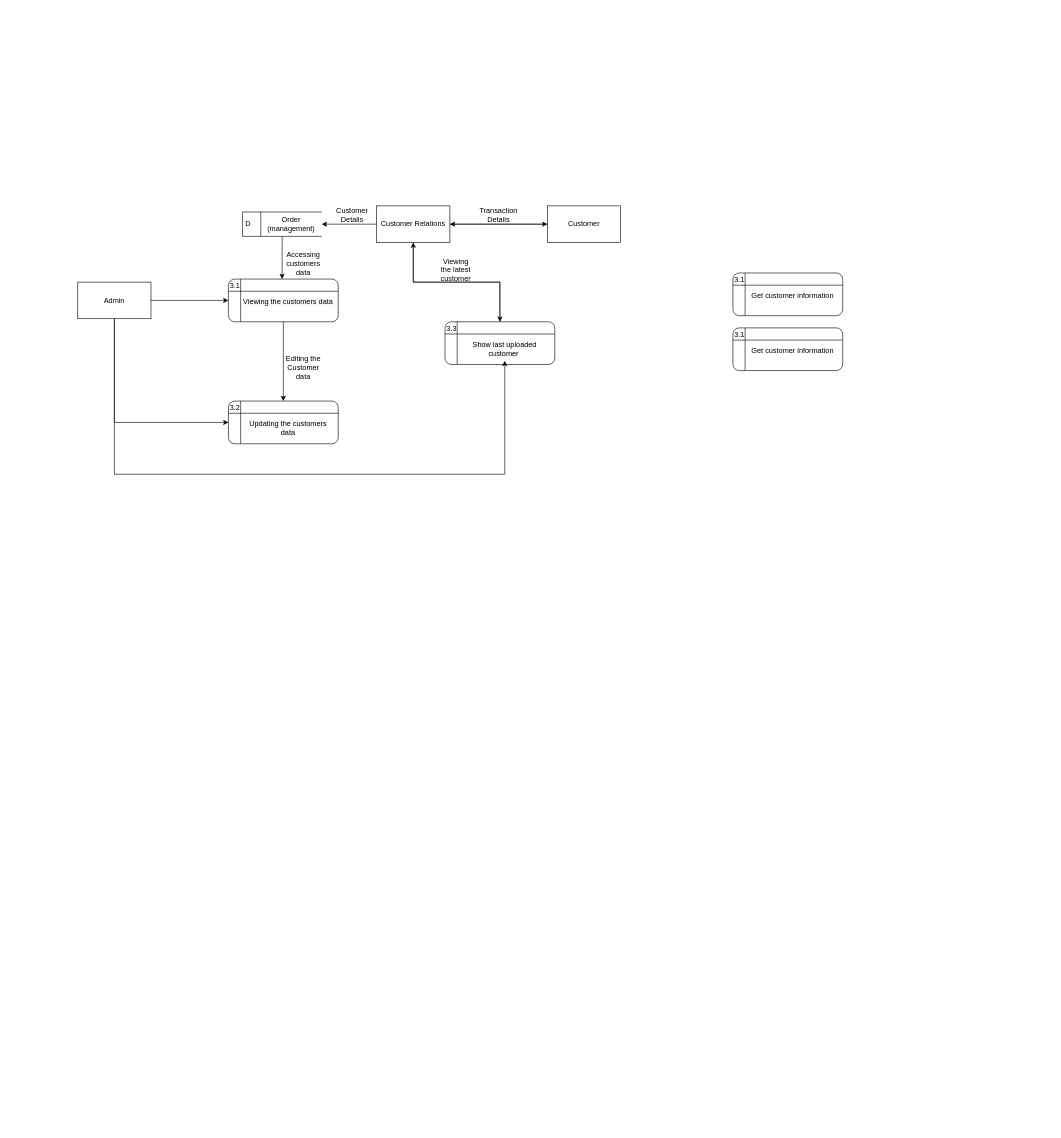
Before: page "Revision Level 2 DFD (Customer Bank)" (5 of 6) of DFD DIAGRAMS.drawio in BryanFabellore/Team_SPOTLIGHT, a draw.io diagram. Source tidied: cells renumbered, new cells numbered last; positions are measured from the earlier drawing's top-left corner, leaving out a move shared by most shapes. Both pictures are drawn from the tidied source at 61%, with x=0, y=0 at pixel (77, 206).
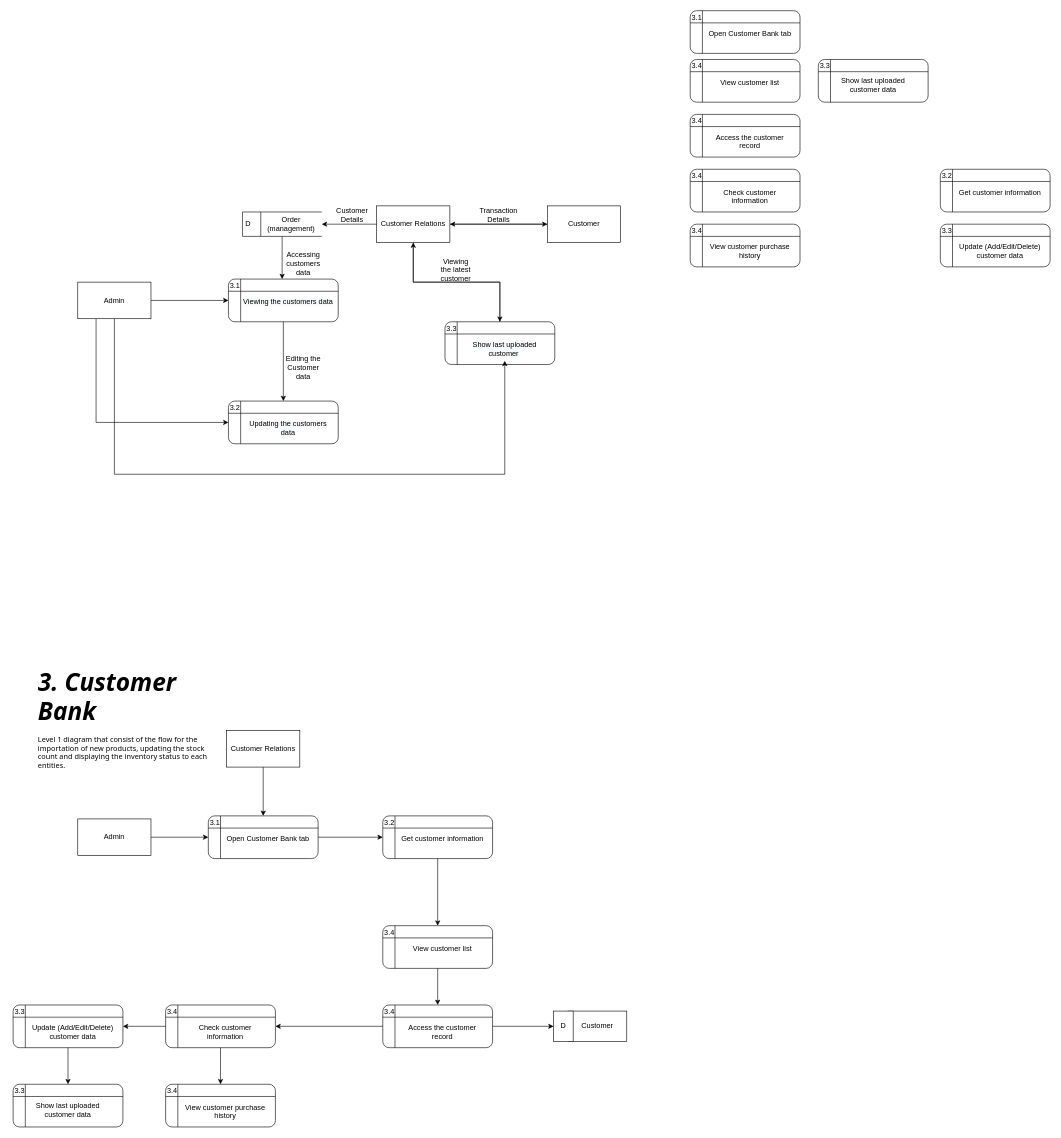
The same page after the edit.

The change refers to these unchanged cells:
```xml
<mxCell id="19" style="shape=internalStorage;whiteSpace=wrap;html=1;backgroundOutline=1;rounded=1;strokeColor=default;fontFamily=Helvetica;fontSize=12;fontColor=default;fillColor=#FFFFFF;" parent="18" vertex="1">
  <mxGeometry x="4" width="180" height="70" as="geometry" />
</mxCell>
<mxCell id="34" value="Admin" style="rounded=0;whiteSpace=wrap;html=1;strokeColor=default;fontFamily=Helvetica;fontSize=12;fontColor=default;fillColor=#FFFFFF;" parent="1" vertex="1">
  <mxGeometry y="125" width="120" height="60" as="geometry" />
</mxCell>
```

What changed in the source:
```diff
@@
     <mxCell id="33" style="edgeStyle=orthogonalEdgeStyle;rounded=0;jettySize=auto;html=1;entryX=0;entryY=0.5;entryDx=0;entryDy=0;" parent="1" edge="1" source="34" target="19">
       <mxGeometry relative="1" as="geometry">
         <Array as="points">
-          <mxPoint x="60" y="355" />
+          <mxPoint x="30" y="355" />
         </Array>
       </mxGeometry>
     </mxCell>
@@
     <mxCell id="35" style="group;" parent="1" vertex="1">
-      <mxGeometry x="1070" y="110" width="184" height="70" as="geometry" />
+      <mxGeometry x="1000" y="-320" width="184" height="70" as="geometry" />
     </mxCell>
@@
-    <mxCell id="38" value="Get customer information" style="text;whiteSpace=wrap;html=1;align=center;" parent="35" vertex="1">
+    <mxCell id="38" value="Open Customer Bank tab" style="text;whiteSpace=wrap;html=1;align=center;" parent="35" vertex="1">
       <mxGeometry x="27" y="24" width="150" height="40" as="geometry" />
     </mxCell>
     <mxCell id="39" style="group;" parent="1" vertex="1">
-      <mxGeometry x="1070" y="200" width="184" height="70" as="geometry" />
+      <mxGeometry x="1410" y="-60" width="184" height="70" as="geometry" />
     </mxCell>
@@
-    <mxCell id="41" value="3.1" style="text;html=1;strokeColor=none;fillColor=none;align=center;verticalAlign=middle;whiteSpace=wrap;rounded=0;" parent="39" vertex="1">
+    <mxCell id="41" value="3.2" style="text;html=1;strokeColor=none;fillColor=none;align=center;verticalAlign=middle;whiteSpace=wrap;rounded=0;" parent="39" vertex="1">
       <mxGeometry y="1" width="30" height="20" as="geometry" />
     </mxCell>
@@
+    <mxCell id="43" value="&lt;h1&gt;&lt;font face=&quot;Tahoma&quot;&gt;&lt;span style=&quot;font-size: 40px;&quot;&gt;&lt;i&gt;3. Customer Bank&lt;/i&gt;&lt;/span&gt;&lt;/font&gt;&lt;/h1&gt;&lt;p&gt;&lt;font face=&quot;Tahoma&quot;&gt;Level 1 diagram that consist of&amp;nbsp;the flow for the importation of new products, updating the stock count and displaying the inventory status to each entities.&lt;/font&gt;&lt;/p&gt;" style="text;html=1;strokeColor=none;fillColor=none;spacing=5;spacingTop=-20;whiteSpace=wrap;overflow=hidden;rounded=0;" parent="1" vertex="1">
+      <mxGeometry x="-70" y="750" width="290" height="197.5" as="geometry" />
+    </mxCell>
+    <mxCell id="44" style="group;" parent="1" vertex="1">
+      <mxGeometry x="1410" y="30" width="184" height="70" as="geometry" />
+    </mxCell>
+    <mxCell id="45" style="shape=internalStorage;whiteSpace=wrap;html=1;backgroundOutline=1;rounded=1;strokeColor=default;fontFamily=Helvetica;fontSize=12;fontColor=default;fillColor=#FFFFFF;" parent="44" vertex="1">
+      <mxGeometry x="4" width="180" height="70" as="geometry" />
+    </mxCell>
+    <mxCell id="46" value="3.3" style="text;html=1;strokeColor=none;fillColor=none;align=center;verticalAlign=middle;whiteSpace=wrap;rounded=0;" parent="44" vertex="1">
+      <mxGeometry y="1" width="30" height="20" as="geometry" />
+    </mxCell>
+    <mxCell id="47" value="Update (Add/Edit/Delete) customer data" style="text;whiteSpace=wrap;html=1;align=center;" parent="44" vertex="1">
+      <mxGeometry x="27" y="24" width="150" height="40" as="geometry" />
+    </mxCell>
+    <mxCell id="48" style="group;" parent="1" vertex="1">
+      <mxGeometry x="1000" y="-240" width="184" height="70" as="geometry" />
+    </mxCell>
+    <mxCell id="49" style="shape=internalStorage;whiteSpace=wrap;html=1;backgroundOutline=1;rounded=1;strokeColor=default;fontFamily=Helvetica;fontSize=12;fontColor=default;fillColor=#FFFFFF;" parent="48" vertex="1">
+      <mxGeometry x="4" width="180" height="70" as="geometry" />
+    </mxCell>
+    <mxCell id="50" value="3.4" style="text;html=1;strokeColor=none;fillColor=none;align=center;verticalAlign=middle;whiteSpace=wrap;rounded=0;" parent="48" vertex="1">
+      <mxGeometry y="1" width="30" height="20" as="geometry" />
+    </mxCell>
+    <mxCell id="51" value="View customer list" style="text;whiteSpace=wrap;html=1;align=center;" parent="48" vertex="1">
+      <mxGeometry x="27" y="24" width="150" height="40" as="geometry" />
+    </mxCell>
+    <mxCell id="52" style="group;" parent="1" vertex="1">
+      <mxGeometry x="1000" y="-60" width="184" height="70" as="geometry" />
+    </mxCell>
+    <mxCell id="53" style="shape=internalStorage;whiteSpace=wrap;html=1;backgroundOutline=1;rounded=1;strokeColor=default;fontFamily=Helvetica;fontSize=12;fontColor=default;fillColor=#FFFFFF;" parent="52" vertex="1">
+      <mxGeometry x="4" width="180" height="70" as="geometry" />
+    </mxCell>
+    <mxCell id="54" value="3.4" style="text;html=1;strokeColor=none;fillColor=none;align=center;verticalAlign=middle;whiteSpace=wrap;rounded=0;" parent="52" vertex="1">
+      <mxGeometry y="1" width="30" height="20" as="geometry" />
+    </mxCell>
+    <mxCell id="55" value="Check customer information" style="text;whiteSpace=wrap;html=1;align=center;" parent="52" vertex="1">
+      <mxGeometry x="27" y="24" width="150" height="40" as="geometry" />
+    </mxCell>
+    <mxCell id="56" style="group;" parent="1" vertex="1">
+      <mxGeometry x="1000" y="30" width="184" height="70" as="geometry" />
+    </mxCell>
+    <mxCell id="57" style="shape=internalStorage;whiteSpace=wrap;html=1;backgroundOutline=1;rounded=1;strokeColor=default;fontFamily=Helvetica;fontSize=12;fontColor=default;fillColor=#FFFFFF;" parent="56" vertex="1">
+      <mxGeometry x="4" width="180" height="70" as="geometry" />
+    </mxCell>
+    <mxCell id="58" value="3.4" style="text;html=1;strokeColor=none;fillColor=none;align=center;verticalAlign=middle;whiteSpace=wrap;rounded=0;" parent="56" vertex="1">
+      <mxGeometry y="1" width="30" height="20" as="geometry" />
+    </mxCell>
+    <mxCell id="59" value="View customer purchase history" style="text;whiteSpace=wrap;html=1;align=center;" parent="56" vertex="1">
+      <mxGeometry x="27" y="24" width="150" height="40" as="geometry" />
+    </mxCell>
+    <mxCell id="60" style="group;" parent="1" vertex="1">
+      <mxGeometry x="1210" y="-240" width="184" height="70" as="geometry" />
+    </mxCell>
+    <mxCell id="61" value="&lt;br&gt;Show last uploaded&lt;br&gt;customer data" style="shape=internalStorage;whiteSpace=wrap;html=1;backgroundOutline=1;rounded=1;strokeColor=default;fontFamily=Helvetica;fontSize=12;fontColor=default;fillColor=#FFFFFF;" parent="60" vertex="1">
+      <mxGeometry x="4" width="180" height="70" as="geometry" />
+    </mxCell>
+    <mxCell id="62" value="3.3" style="text;html=1;strokeColor=none;fillColor=none;align=center;verticalAlign=middle;whiteSpace=wrap;rounded=0;" parent="60" vertex="1">
+      <mxGeometry y="1" width="30" height="20" as="geometry" />
+    </mxCell>
+    <mxCell id="63" style="group;" parent="1" vertex="1">
+      <mxGeometry x="1000" y="-150" width="184" height="70" as="geometry" />
+    </mxCell>
+    <mxCell id="64" style="shape=internalStorage;whiteSpace=wrap;html=1;backgroundOutline=1;rounded=1;strokeColor=default;fontFamily=Helvetica;fontSize=12;fontColor=default;fillColor=#FFFFFF;" parent="63" vertex="1">
+      <mxGeometry x="4" width="180" height="70" as="geometry" />
+    </mxCell>
+    <mxCell id="65" value="3.4" style="text;html=1;strokeColor=none;fillColor=none;align=center;verticalAlign=middle;whiteSpace=wrap;rounded=0;" parent="63" vertex="1">
+      <mxGeometry y="1" width="30" height="20" as="geometry" />
+    </mxCell>
+    <mxCell id="66" value="Access the customer record" style="text;whiteSpace=wrap;html=1;align=center;" parent="63" vertex="1">
+      <mxGeometry x="27" y="24" width="150" height="40" as="geometry" />
+    </mxCell>
+    <mxCell id="67" style="group;" parent="1" vertex="1">
+      <mxGeometry x="210" y="1000" width="184" height="70" as="geometry" />
+    </mxCell>
+    <mxCell id="68" style="shape=internalStorage;whiteSpace=wrap;html=1;backgroundOutline=1;rounded=1;strokeColor=default;fontFamily=Helvetica;fontSize=12;fontColor=default;fillColor=#FFFFFF;" parent="67" vertex="1">
+      <mxGeometry x="4" width="180" height="70" as="geometry" />
+    </mxCell>
+    <mxCell id="69" value="3.1" style="text;html=1;strokeColor=none;fillColor=none;align=center;verticalAlign=middle;whiteSpace=wrap;rounded=0;" parent="67" vertex="1">
+      <mxGeometry y="1" width="30" height="20" as="geometry" />
+    </mxCell>
+    <mxCell id="70" value="Open Customer Bank tab" style="text;whiteSpace=wrap;html=1;align=center;" parent="67" vertex="1">
+      <mxGeometry x="27" y="24" width="150" height="40" as="geometry" />
+    </mxCell>
+    <mxCell id="71" style="group;" parent="1" vertex="1">
+      <mxGeometry x="496" y="1000" width="184" height="70" as="geometry" />
+    </mxCell>
+    <mxCell id="72" style="shape=internalStorage;whiteSpace=wrap;html=1;backgroundOutline=1;rounded=1;strokeColor=default;fontFamily=Helvetica;fontSize=12;fontColor=default;fillColor=#FFFFFF;" parent="71" vertex="1">
+      <mxGeometry x="4" width="180" height="70" as="geometry" />
+    </mxCell>
+    <mxCell id="73" value="3.2" style="text;html=1;strokeColor=none;fillColor=none;align=center;verticalAlign=middle;whiteSpace=wrap;rounded=0;" parent="71" vertex="1">
+      <mxGeometry y="1" width="30" height="20" as="geometry" />
+    </mxCell>
+    <mxCell id="74" value="Get customer information" style="text;whiteSpace=wrap;html=1;align=center;" parent="71" vertex="1">
+      <mxGeometry x="27" y="24" width="150" height="40" as="geometry" />
+    </mxCell>
+    <mxCell id="75" style="group;" parent="1" vertex="1">
+      <mxGeometry x="-110" y="1310" width="184" height="70" as="geometry" />
+    </mxCell>
+    <mxCell id="76" style="shape=internalStorage;whiteSpace=wrap;html=1;backgroundOutline=1;rounded=1;strokeColor=default;fontFamily=Helvetica;fontSize=12;fontColor=default;fillColor=#FFFFFF;" parent="75" vertex="1">
+      <mxGeometry x="4" width="180" height="70" as="geometry" />
+    </mxCell>
+    <mxCell id="77" value="3.3" style="text;html=1;strokeColor=none;fillColor=none;align=center;verticalAlign=middle;whiteSpace=wrap;rounded=0;" parent="75" vertex="1">
+      <mxGeometry y="1" width="30" height="20" as="geometry" />
+    </mxCell>
+    <mxCell id="78" value="Update (Add/Edit/Delete) customer data" style="text;whiteSpace=wrap;html=1;align=center;" parent="75" vertex="1">
+      <mxGeometry x="27" y="24" width="150" height="40" as="geometry" />
+    </mxCell>
+    <mxCell id="79" style="group;" parent="1" vertex="1">
+      <mxGeometry x="496" y="1180" width="184" height="70" as="geometry" />
+    </mxCell>
+    <mxCell id="80" style="shape=internalStorage;whiteSpace=wrap;html=1;backgroundOutline=1;rounded=1;strokeColor=default;fontFamily=Helvetica;fontSize=12;fontColor=default;fillColor=#FFFFFF;" parent="79" vertex="1">
+      <mxGeometry x="4" width="180" height="70" as="geometry" />
+    </mxCell>
+    <mxCell id="81" value="3.4" style="text;html=1;strokeColor=none;fillColor=none;align=center;verticalAlign=middle;whiteSpace=wrap;rounded=0;" parent="79" vertex="1">
+      <mxGeometry y="1" width="30" height="20" as="geometry" />
+    </mxCell>
+    <mxCell id="82" value="View customer list" style="text;whiteSpace=wrap;html=1;align=center;" parent="79" vertex="1">
+      <mxGeometry x="27" y="24" width="150" height="40" as="geometry" />
+    </mxCell>
+    <mxCell id="83" style="group;" parent="1" vertex="1">
+      <mxGeometry x="140" y="1310" width="184" height="70" as="geometry" />
+    </mxCell>
+    <mxCell id="84" style="shape=internalStorage;whiteSpace=wrap;html=1;backgroundOutline=1;rounded=1;strokeColor=default;fontFamily=Helvetica;fontSize=12;fontColor=default;fillColor=#FFFFFF;" parent="83" vertex="1">
+      <mxGeometry x="4" width="180" height="70" as="geometry" />
+    </mxCell>
+    <mxCell id="85" value="3.4" style="text;html=1;strokeColor=none;fillColor=none;align=center;verticalAlign=middle;whiteSpace=wrap;rounded=0;" parent="83" vertex="1">
+      <mxGeometry y="1" width="30" height="20" as="geometry" />
+    </mxCell>
+    <mxCell id="86" value="Check customer information" style="text;whiteSpace=wrap;html=1;align=center;" parent="83" vertex="1">
+      <mxGeometry x="27" y="24" width="150" height="40" as="geometry" />
+    </mxCell>
+    <mxCell id="87" style="group;" parent="1" vertex="1">
+      <mxGeometry x="140" y="1440" width="184" height="70" as="geometry" />
+    </mxCell>
+    <mxCell id="88" style="shape=internalStorage;whiteSpace=wrap;html=1;backgroundOutline=1;rounded=1;strokeColor=default;fontFamily=Helvetica;fontSize=12;fontColor=default;fillColor=#FFFFFF;" parent="87" vertex="1">
+      <mxGeometry x="4" width="180" height="70" as="geometry" />
+    </mxCell>
+    <mxCell id="89" value="3.4" style="text;html=1;strokeColor=none;fillColor=none;align=center;verticalAlign=middle;whiteSpace=wrap;rounded=0;" parent="87" vertex="1">
+      <mxGeometry y="1" width="30" height="20" as="geometry" />
+    </mxCell>
+    <mxCell id="90" value="View customer purchase history" style="text;whiteSpace=wrap;html=1;align=center;" parent="87" vertex="1">
+      <mxGeometry x="27" y="24" width="150" height="40" as="geometry" />
+    </mxCell>
+    <mxCell id="91" style="group;" parent="1" vertex="1">
+      <mxGeometry x="-110" y="1440" width="184" height="70" as="geometry" />
+    </mxCell>
+    <mxCell id="92" value="&lt;br&gt;Show last uploaded&lt;br&gt;customer data" style="shape=internalStorage;whiteSpace=wrap;html=1;backgroundOutline=1;rounded=1;strokeColor=default;fontFamily=Helvetica;fontSize=12;fontColor=default;fillColor=#FFFFFF;" parent="91" vertex="1">
+      <mxGeometry x="4" width="180" height="70" as="geometry" />
+    </mxCell>
+    <mxCell id="93" value="3.3" style="text;html=1;strokeColor=none;fillColor=none;align=center;verticalAlign=middle;whiteSpace=wrap;rounded=0;" parent="91" vertex="1">
+      <mxGeometry y="1" width="30" height="20" as="geometry" />
+    </mxCell>
+    <mxCell id="94" style="group;" parent="1" vertex="1">
+      <mxGeometry x="496" y="1310" width="184" height="70" as="geometry" />
+    </mxCell>
+    <mxCell id="95" style="shape=internalStorage;whiteSpace=wrap;html=1;backgroundOutline=1;rounded=1;strokeColor=default;fontFamily=Helvetica;fontSize=12;fontColor=default;fillColor=#FFFFFF;" parent="94" vertex="1">
+      <mxGeometry x="4" width="180" height="70" as="geometry" />
+    </mxCell>
+    <mxCell id="96" value="3.4" style="text;html=1;strokeColor=none;fillColor=none;align=center;verticalAlign=middle;whiteSpace=wrap;rounded=0;" parent="94" vertex="1">
+      <mxGeometry y="1" width="30" height="20" as="geometry" />
+    </mxCell>
+    <mxCell id="97" value="Access the customer record" style="text;whiteSpace=wrap;html=1;align=center;" parent="94" vertex="1">
+      <mxGeometry x="27" y="24" width="150" height="40" as="geometry" />
+    </mxCell>
+    <mxCell id="98" style="edgeStyle=orthogonalEdgeStyle;rounded=0;jettySize=auto;html=1;entryX=0.5;entryY=0;entryDx=0;entryDy=0;" parent="1" edge="1" source="80" target="95">
+      <mxGeometry relative="1" as="geometry" />
+    </mxCell>
+    <mxCell id="99" style="edgeStyle=orthogonalEdgeStyle;rounded=0;jettySize=auto;html=1;entryX=1;entryY=0.5;entryDx=0;entryDy=0;" parent="1" edge="1" source="95" target="84">
+      <mxGeometry relative="1" as="geometry" />
+    </mxCell>
+    <mxCell id="100" style="edgeStyle=orthogonalEdgeStyle;rounded=0;jettySize=auto;html=1;entryX=0.5;entryY=0;entryDx=0;entryDy=0;" parent="1" edge="1" source="84" target="88">
+      <mxGeometry relative="1" as="geometry" />
+    </mxCell>
+    <mxCell id="101" style="edgeStyle=orthogonalEdgeStyle;rounded=0;jettySize=auto;html=1;entryX=0;entryY=0.5;entryDx=0;entryDy=0;" parent="1" edge="1" source="102" target="68">
+      <mxGeometry relative="1" as="geometry" />
+    </mxCell>
+    <mxCell id="102" value="Admin" style="rounded=0;whiteSpace=wrap;html=1;strokeColor=default;fontFamily=Helvetica;fontSize=12;fontColor=default;fillColor=#FFFFFF;" parent="1" vertex="1">
+      <mxGeometry y="1005" width="120" height="60" as="geometry" />
+    </mxCell>
+    <mxCell id="103" style="group;" parent="1" vertex="1">
+      <mxGeometry x="780" y="1320" width="120" height="50" as="geometry" />
+    </mxCell>
+    <mxCell id="104" value="Customer" style="rounded=0;whiteSpace=wrap;html=1;strokeColor=default;fontFamily=Helvetica;fontSize=12;fontColor=default;fillColor=#FFFFFF;" parent="103" vertex="1">
+      <mxGeometry x="23.7" width="96.3" height="50" as="geometry" />
+    </mxCell>
+    <mxCell id="105" value="D" style="rounded=0;whiteSpace=wrap;html=1;strokeColor=default;fontFamily=Helvetica;fontSize=12;fontColor=default;fillColor=#FFFFFF;" parent="103" vertex="1">
+      <mxGeometry width="32.1" height="50" as="geometry" />
+    </mxCell>
+    <mxCell id="106" style="edgeStyle=orthogonalEdgeStyle;rounded=0;jettySize=auto;html=1;entryX=0;entryY=0.5;entryDx=0;entryDy=0;" parent="1" edge="1" source="95" target="105">
+      <mxGeometry relative="1" as="geometry" />
+    </mxCell>
+    <mxCell id="107" style="edgeStyle=orthogonalEdgeStyle;rounded=0;jettySize=auto;html=1;entryX=1;entryY=0.5;entryDx=0;entryDy=0;" parent="1" edge="1" source="84" target="76">
+      <mxGeometry relative="1" as="geometry" />
+    </mxCell>
+    <mxCell id="108" style="edgeStyle=orthogonalEdgeStyle;rounded=0;jettySize=auto;html=1;entryX=0.5;entryY=0;entryDx=0;entryDy=0;exitX=0.5;exitY=1;exitDx=0;exitDy=0;" parent="1" edge="1" source="76" target="92">
+      <mxGeometry relative="1" as="geometry" />
+    </mxCell>
+    <mxCell id="109" style="edgeStyle=orthogonalEdgeStyle;rounded=0;jettySize=auto;html=1;entryX=0;entryY=0.5;entryDx=0;entryDy=0;exitX=1;exitY=0.5;exitDx=0;exitDy=0;" parent="1" edge="1" source="68" target="72">
+      <mxGeometry relative="1" as="geometry" />
+    </mxCell>
+    <mxCell id="110" style="edgeStyle=orthogonalEdgeStyle;rounded=0;jettySize=auto;html=1;entryX=0.5;entryY=0;entryDx=0;entryDy=0;exitX=0.5;exitY=1;exitDx=0;exitDy=0;" parent="1" edge="1" source="72" target="80">
+      <mxGeometry relative="1" as="geometry" />
+    </mxCell>
+    <mxCell id="111" style="edgeStyle=orthogonalEdgeStyle;rounded=0;jettySize=auto;html=1;" parent="1" edge="1" source="112" target="68">
+      <mxGeometry relative="1" as="geometry" />
+    </mxCell>
+    <mxCell id="112" value="Customer Relations" style="rounded=0;whiteSpace=wrap;html=1;strokeColor=default;fontFamily=Helvetica;fontSize=12;fontColor=default;fillColor=#FFFFFF;" parent="1" vertex="1">
+      <mxGeometry x="244" y="860" width="120" height="60" as="geometry" />
+    </mxCell>
```
